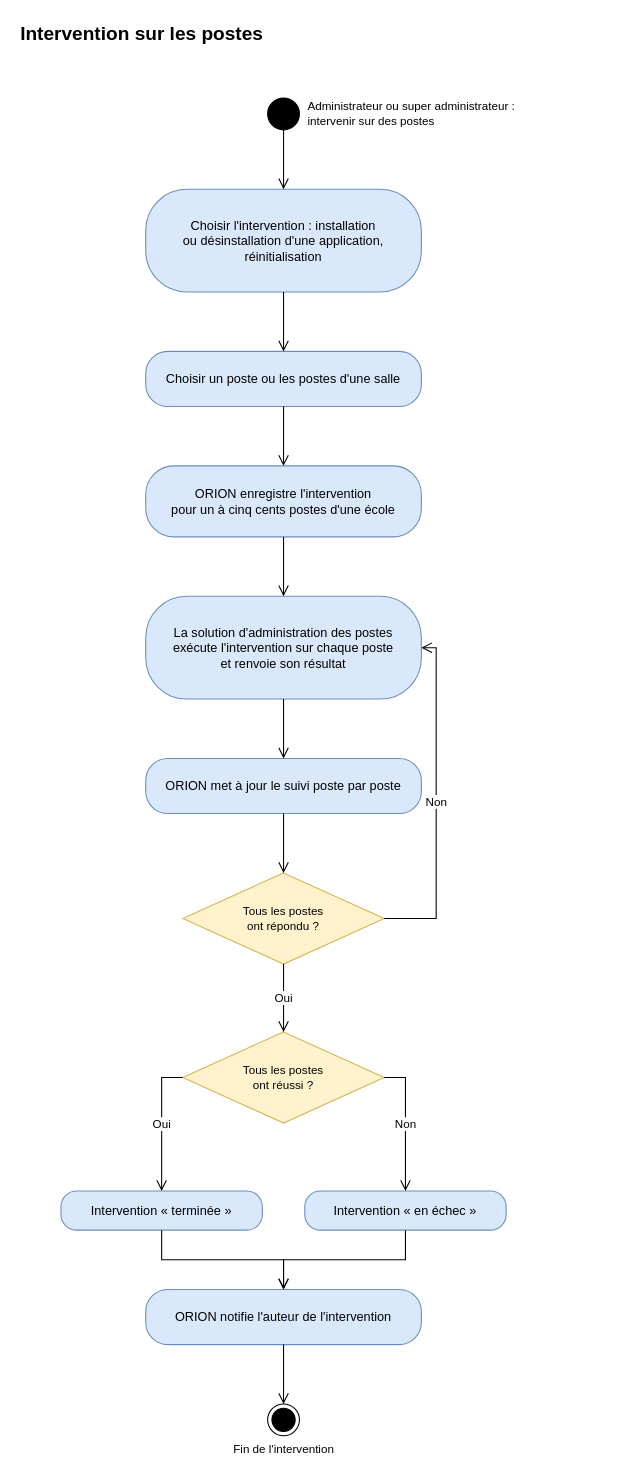
The draw.io diagram page "Intervention sur les postes" (7 of 10) of docs/02-ANALYSE/01-MODELISATION-METIER/02-DIAGRAMMES-ACTIVITE.drawio in bpierrelouis/aster, before the edit. Source tidied: cells renumbered, new cells numbered last; positions are measured from the earlier drawing's top-left corner, leaving out a move shared by most shapes. Both pictures are drawn from the tidied source at 106%, with x=0, y=0 at pixel (18, 18).
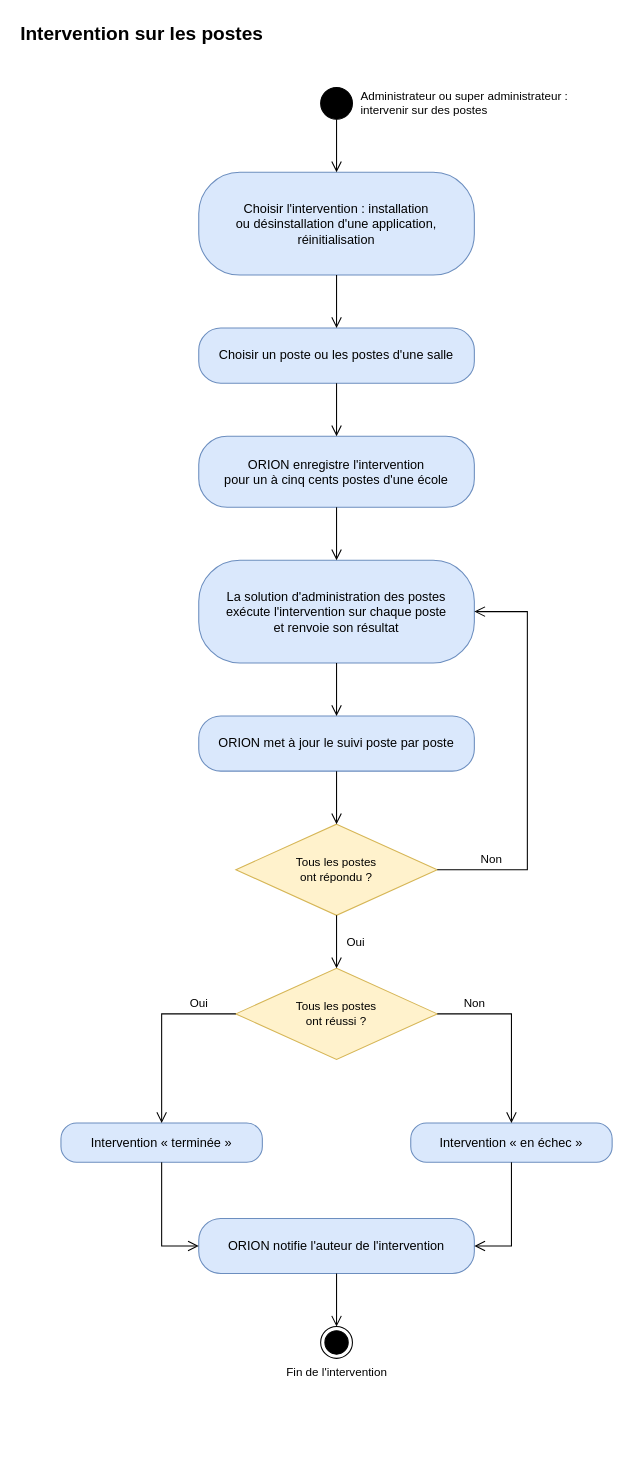
Above is the later version.

The edit, as a diff of the source:
```diff
@@
     <mxCell id="3" value="Administrateur ou super administrateur :&lt;br&gt;intervenir sur des postes" style="ellipse;html=1;fillColor=#000000;strokeColor=#000000;fontSize=11;labelPosition=right;verticalLabelPosition=middle;align=left;verticalAlign=middle;spacingLeft=6;" parent="1" vertex="1">
-      <mxGeometry x="235" y="75" width="30" height="30" as="geometry" />
+      <mxGeometry x="285" y="65" width="30" height="30" as="geometry" />
     </mxCell>
     <mxCell id="4" value="Choisir l'intervention : installation&lt;br&gt;ou désinstallation d'une application,&lt;br&gt;réinitialisation" style="rounded=1;arcSize=40;whiteSpace=wrap;html=1;fontSize=12;fillColor=#dae8fc;strokeColor=#6c8ebf;" parent="1" vertex="1">
-      <mxGeometry x="120" y="161" width="260" height="97" as="geometry" />
+      <mxGeometry x="170" y="145" width="260" height="97" as="geometry" />
     </mxCell>
     <mxCell id="5" value="Choisir un poste ou les postes d'une salle" style="rounded=1;arcSize=40;whiteSpace=wrap;html=1;fontSize=12;fillColor=#dae8fc;strokeColor=#6c8ebf;" parent="1" vertex="1">
-      <mxGeometry x="120" y="314" width="260" height="52" as="geometry" />
+      <mxGeometry x="170" y="292" width="260" height="52" as="geometry" />
     </mxCell>
     <mxCell id="6" value="ORION enregistre l'intervention&lt;br&gt;pour un à cinq cents postes d'une école" style="rounded=1;arcSize=40;whiteSpace=wrap;html=1;fontSize=12;fillColor=#dae8fc;strokeColor=#6c8ebf;" parent="1" vertex="1">
-      <mxGeometry x="120" y="422" width="260" height="67" as="geometry" />
+      <mxGeometry x="170" y="394" width="260" height="67" as="geometry" />
     </mxCell>
     <mxCell id="7" value="La solution d'administration des postes&lt;br&gt;exécute l'intervention sur chaque poste&lt;br&gt;et renvoie son résultat" style="rounded=1;arcSize=40;whiteSpace=wrap;html=1;fontSize=12;fillColor=#dae8fc;strokeColor=#6c8ebf;" parent="1" vertex="1">
-      <mxGeometry x="120" y="545" width="260" height="97" as="geometry" />
+      <mxGeometry x="170" y="511" width="260" height="97" as="geometry" />
     </mxCell>
     <mxCell id="8" value="ORION met à jour le suivi poste par poste" style="rounded=1;arcSize=40;whiteSpace=wrap;html=1;fontSize=12;fillColor=#dae8fc;strokeColor=#6c8ebf;" parent="1" vertex="1">
-      <mxGeometry x="120" y="698" width="260" height="52" as="geometry" />
+      <mxGeometry x="170" y="658" width="260" height="52" as="geometry" />
     </mxCell>
     <mxCell id="9" value="Tous les postes&lt;br&gt;ont répondu ?" style="rhombus;whiteSpace=wrap;html=1;fontSize=11;fillColor=#fff2cc;strokeColor=#d6b656;" parent="1" vertex="1">
-      <mxGeometry x="155" y="806" width="190" height="86" as="geometry" />
+      <mxGeometry x="205" y="760" width="190" height="86" as="geometry" />
     </mxCell>
     <mxCell id="10" value="Tous les postes&lt;br&gt;ont réussi ?" style="rhombus;whiteSpace=wrap;html=1;fontSize=11;fillColor=#fff2cc;strokeColor=#d6b656;" parent="1" vertex="1">
-      <mxGeometry x="155" y="956" width="190" height="86" as="geometry" />
+      <mxGeometry x="205" y="896" width="190" height="86" as="geometry" />
     </mxCell>
     <mxCell id="11" value="Intervention « terminée »" style="rounded=1;arcSize=40;whiteSpace=wrap;html=1;fontSize=12;fillColor=#dae8fc;strokeColor=#6c8ebf;" parent="1" vertex="1">
-      <mxGeometry x="40" y="1106" width="190" height="37" as="geometry" />
+      <mxGeometry x="40" y="1042" width="190" height="37" as="geometry" />
     </mxCell>
     <mxCell id="12" value="Intervention « en échec »" style="rounded=1;arcSize=40;whiteSpace=wrap;html=1;fontSize=12;fillColor=#dae8fc;strokeColor=#6c8ebf;" parent="1" vertex="1">
-      <mxGeometry x="270" y="1106" width="190" height="37" as="geometry" />
+      <mxGeometry x="370" y="1042" width="190" height="37" as="geometry" />
     </mxCell>
     <mxCell id="13" value="ORION notifie l'auteur de l'intervention" style="rounded=1;arcSize=40;whiteSpace=wrap;html=1;fontSize=12;fillColor=#dae8fc;strokeColor=#6c8ebf;" parent="1" vertex="1">
-      <mxGeometry x="120" y="1199" width="260" height="52" as="geometry" />
+      <mxGeometry x="170" y="1132" width="260" height="52" as="geometry" />
     </mxCell>
     <mxCell id="14" value="Fin de l'intervention" style="ellipse;html=1;shape=endState;fillColor=#000000;strokeColor=#000000;verticalLabelPosition=bottom;verticalAlign=top;fontSize=11;" parent="1" vertex="1">
-      <mxGeometry x="235" y="1307" width="30" height="30" as="geometry" />
+      <mxGeometry x="285" y="1234" width="30" height="30" as="geometry" />
     </mxCell>
-    <mxCell id="15" style="edgeStyle=orthogonalEdgeStyle;endArrow=open;endSize=8;html=1;rounded=0;fontSize=11;labelBackgroundColor=#ffffff;exitX=0.5;exitY=1;exitDx=0;exitDy=0;entryX=0.5;entryY=0;entryDx=0;entryDy=0;" parent="1" edge="1" source="3" target="4">
+    <mxCell id="15" style="endArrow=open;endSize=8;html=1;rounded=0;fontSize=11;labelBackgroundColor=#ffffff;edgeStyle=none;exitX=0.5;exitY=1;exitDx=0;exitDy=0;entryX=0.5;entryY=0;entryDx=0;entryDy=0;" parent="1" edge="1" source="3" target="4">
       <mxGeometry relative="1" as="geometry" />
     </mxCell>
-    <mxCell id="16" style="edgeStyle=orthogonalEdgeStyle;endArrow=open;endSize=8;html=1;rounded=0;fontSize=11;labelBackgroundColor=#ffffff;exitX=0.5;exitY=1;exitDx=0;exitDy=0;entryX=0.5;entryY=0;entryDx=0;entryDy=0;" parent="1" edge="1" source="4" target="5">
+    <mxCell id="16" style="endArrow=open;endSize=8;html=1;rounded=0;fontSize=11;labelBackgroundColor=#ffffff;edgeStyle=none;exitX=0.5;exitY=1;exitDx=0;exitDy=0;entryX=0.5;entryY=0;entryDx=0;entryDy=0;" parent="1" edge="1" source="4" target="5">
       <mxGeometry relative="1" as="geometry" />
     </mxCell>
-    <mxCell id="17" style="edgeStyle=orthogonalEdgeStyle;endArrow=open;endSize=8;html=1;rounded=0;fontSize=11;labelBackgroundColor=#ffffff;exitX=0.5;exitY=1;exitDx=0;exitDy=0;entryX=0.5;entryY=0;entryDx=0;entryDy=0;" parent="1" edge="1" source="5" target="6">
+    <mxCell id="17" style="endArrow=open;endSize=8;html=1;rounded=0;fontSize=11;labelBackgroundColor=#ffffff;edgeStyle=none;exitX=0.5;exitY=1;exitDx=0;exitDy=0;entryX=0.5;entryY=0;entryDx=0;entryDy=0;" parent="1" edge="1" source="5" target="6">
       <mxGeometry relative="1" as="geometry" />
     </mxCell>
-    <mxCell id="18" style="edgeStyle=orthogonalEdgeStyle;endArrow=open;endSize=8;html=1;rounded=0;fontSize=11;labelBackgroundColor=#ffffff;exitX=0.5;exitY=1;exitDx=0;exitDy=0;entryX=0.5;entryY=0;entryDx=0;entryDy=0;" parent="1" edge="1" source="6" target="7">
+    <mxCell id="18" style="endArrow=open;endSize=8;html=1;rounded=0;fontSize=11;labelBackgroundColor=#ffffff;edgeStyle=none;exitX=0.5;exitY=1;exitDx=0;exitDy=0;entryX=0.5;entryY=0;entryDx=0;entryDy=0;" parent="1" edge="1" source="6" target="7">
       <mxGeometry relative="1" as="geometry" />
     </mxCell>
-    <mxCell id="19" style="edgeStyle=orthogonalEdgeStyle;endArrow=open;endSize=8;html=1;rounded=0;fontSize=11;labelBackgroundColor=#ffffff;exitX=0.5;exitY=1;exitDx=0;exitDy=0;entryX=0.5;entryY=0;entryDx=0;entryDy=0;" parent="1" edge="1" source="7" target="8">
+    <mxCell id="19" style="endArrow=open;endSize=8;html=1;rounded=0;fontSize=11;labelBackgroundColor=#ffffff;edgeStyle=none;exitX=0.5;exitY=1;exitDx=0;exitDy=0;entryX=0.5;entryY=0;entryDx=0;entryDy=0;" parent="1" edge="1" source="7" target="8">
       <mxGeometry relative="1" as="geometry" />
     </mxCell>
-    <mxCell id="20" style="edgeStyle=orthogonalEdgeStyle;endArrow=open;endSize=8;html=1;rounded=0;fontSize=11;labelBackgroundColor=#ffffff;exitX=0.5;exitY=1;exitDx=0;exitDy=0;entryX=0.5;entryY=0;entryDx=0;entryDy=0;" parent="1" edge="1" source="8" target="9">
+    <mxCell id="20" style="endArrow=open;endSize=8;html=1;rounded=0;fontSize=11;labelBackgroundColor=#ffffff;edgeStyle=none;exitX=0.5;exitY=1;exitDx=0;exitDy=0;entryX=0.5;entryY=0;entryDx=0;entryDy=0;" parent="1" edge="1" source="8" target="9">
       <mxGeometry relative="1" as="geometry" />
     </mxCell>
-    <mxCell id="21" value="Non" style="edgeStyle=orthogonalEdgeStyle;endArrow=open;endSize=8;html=1;rounded=0;fontSize=11;labelBackgroundColor=#ffffff;exitX=1;exitY=0.5;exitDx=0;exitDy=0;entryX=1;entryY=0.5;entryDx=0;entryDy=0;" parent="1" edge="1" source="9" target="7">
-      <mxGeometry relative="1" as="geometry">
+    <mxCell id="21" value="Non" style="endArrow=open;endSize=8;html=1;rounded=0;fontSize=11;labelBackgroundColor=#ffffff;edgeStyle=none;exitX=1;exitY=0.5;exitDx=0;exitDy=0;entryX=1;entryY=0.5;entryDx=0;entryDy=0;" parent="1" edge="1" source="9" target="7">
+      <mxGeometry x="-0.73" relative="1" as="geometry">
         <Array as="points">
-          <mxPoint x="394" y="849" />
-          <mxPoint x="394" y="593.5" />
+          <mxPoint x="480" y="803" />
+          <mxPoint x="480" y="559.5" />
         </Array>
+        <mxPoint y="-10" as="offset" />
       </mxGeometry>
     </mxCell>
-    <mxCell id="22" value="Oui" style="edgeStyle=orthogonalEdgeStyle;endArrow=open;endSize=8;html=1;rounded=0;fontSize=11;labelBackgroundColor=#ffffff;exitX=0.5;exitY=1;exitDx=0;exitDy=0;entryX=0.5;entryY=0;entryDx=0;entryDy=0;" parent="1" edge="1" source="9" target="10">
-      <mxGeometry relative="1" as="geometry" />
+    <mxCell id="22" value="Oui" style="endArrow=open;endSize=8;html=1;rounded=0;fontSize=11;labelBackgroundColor=#ffffff;edgeStyle=none;exitX=0.5;exitY=1;exitDx=0;exitDy=0;entryX=0.5;entryY=0;entryDx=0;entryDy=0;" parent="1" edge="1" source="9" target="10">
+      <mxGeometry relative="1" as="geometry">
+        <mxPoint x="18.3" as="offset" />
+      </mxGeometry>
     </mxCell>
-    <mxCell id="23" value="Oui" style="edgeStyle=orthogonalEdgeStyle;endArrow=open;endSize=8;html=1;rounded=0;fontSize=11;labelBackgroundColor=#ffffff;exitX=0;exitY=0.5;exitDx=0;exitDy=0;entryX=0.5;entryY=0;entryDx=0;entryDy=0;" parent="1" edge="1" source="10" target="11">
-      <mxGeometry relative="1" as="geometry" />
+    <mxCell id="23" value="Oui" style="endArrow=open;endSize=8;html=1;rounded=0;fontSize=11;labelBackgroundColor=#ffffff;edgeStyle=none;exitX=0;exitY=0.5;exitDx=0;exitDy=0;entryX=0.5;entryY=0;entryDx=0;entryDy=0;" parent="1" edge="1" source="10" target="11">
+      <mxGeometry x="-0.6" relative="1" as="geometry">
+        <Array as="points">
+          <mxPoint x="135" y="939" />
+        </Array>
+        <mxPoint y="-10" as="offset" />
+      </mxGeometry>
     </mxCell>
-    <mxCell id="24" value="Non" style="edgeStyle=orthogonalEdgeStyle;endArrow=open;endSize=8;html=1;rounded=0;fontSize=11;labelBackgroundColor=#ffffff;exitX=1;exitY=0.5;exitDx=0;exitDy=0;entryX=0.5;entryY=0;entryDx=0;entryDy=0;" parent="1" edge="1" source="10" target="12">
-      <mxGeometry relative="1" as="geometry" />
+    <mxCell id="24" value="Non" style="endArrow=open;endSize=8;html=1;rounded=0;fontSize=11;labelBackgroundColor=#ffffff;edgeStyle=none;exitX=1;exitY=0.5;exitDx=0;exitDy=0;entryX=0.5;entryY=0;entryDx=0;entryDy=0;" parent="1" edge="1" source="10" target="12">
+      <mxGeometry x="-0.6" relative="1" as="geometry">
+        <Array as="points">
+          <mxPoint x="465" y="939" />
+        </Array>
+        <mxPoint y="-10" as="offset" />
+      </mxGeometry>
     </mxCell>
-    <mxCell id="25" style="edgeStyle=orthogonalEdgeStyle;endArrow=open;endSize=8;html=1;rounded=0;fontSize=11;labelBackgroundColor=#ffffff;exitX=0.5;exitY=1;exitDx=0;exitDy=0;entryX=0.5;entryY=0;entryDx=0;entryDy=0;" parent="1" edge="1" source="11" target="13">
-      <mxGeometry relative="1" as="geometry" />
+    <mxCell id="25" style="endArrow=open;endSize=8;html=1;rounded=0;fontSize=11;labelBackgroundColor=#ffffff;edgeStyle=none;exitX=0.5;exitY=1;exitDx=0;exitDy=0;entryX=0;entryY=0.5;entryDx=0;entryDy=0;" parent="1" edge="1" source="11" target="13">
+      <mxGeometry relative="1" as="geometry">
+        <Array as="points">
+          <mxPoint x="135" y="1158" />
+        </Array>
+      </mxGeometry>
     </mxCell>
-    <mxCell id="26" style="edgeStyle=orthogonalEdgeStyle;endArrow=open;endSize=8;html=1;rounded=0;fontSize=11;labelBackgroundColor=#ffffff;exitX=0.5;exitY=1;exitDx=0;exitDy=0;entryX=0.5;entryY=0;entryDx=0;entryDy=0;" parent="1" edge="1" source="12" target="13">
-      <mxGeometry relative="1" as="geometry" />
+    <mxCell id="26" style="endArrow=open;endSize=8;html=1;rounded=0;fontSize=11;labelBackgroundColor=#ffffff;edgeStyle=none;exitX=0.5;exitY=1;exitDx=0;exitDy=0;entryX=1;entryY=0.5;entryDx=0;entryDy=0;" parent="1" edge="1" source="12" target="13">
+      <mxGeometry relative="1" as="geometry">
+        <Array as="points">
+          <mxPoint x="465" y="1158" />
+        </Array>
+      </mxGeometry>
     </mxCell>
-    <mxCell id="27" style="edgeStyle=orthogonalEdgeStyle;endArrow=open;endSize=8;html=1;rounded=0;fontSize=11;labelBackgroundColor=#ffffff;exitX=0.5;exitY=1;exitDx=0;exitDy=0;entryX=0.5;entryY=0;entryDx=0;entryDy=0;" parent="1" edge="1" source="13" target="14">
+    <mxCell id="27" style="endArrow=open;endSize=8;html=1;rounded=0;fontSize=11;labelBackgroundColor=#ffffff;edgeStyle=none;exitX=0.5;exitY=1;exitDx=0;exitDy=0;entryX=0.5;entryY=0;entryDx=0;entryDy=0;" parent="1" edge="1" source="13" target="14">
       <mxGeometry relative="1" as="geometry" />
     </mxCell>
```
